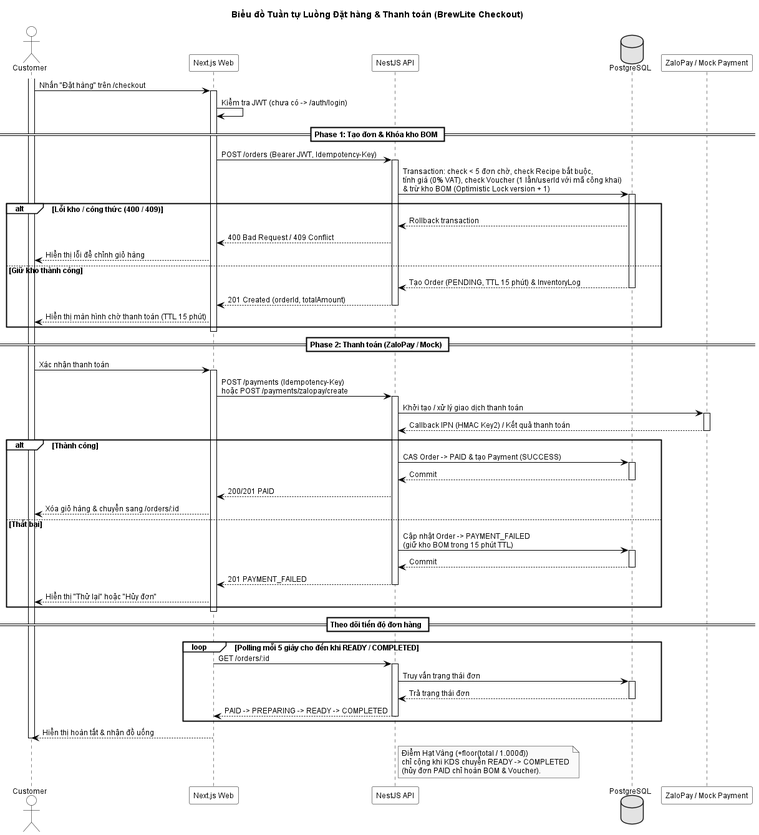
Earlier version of the PlantUML export docs/diagrams/sequence-checkout.png (MaGiaVy/BrewLite_project).
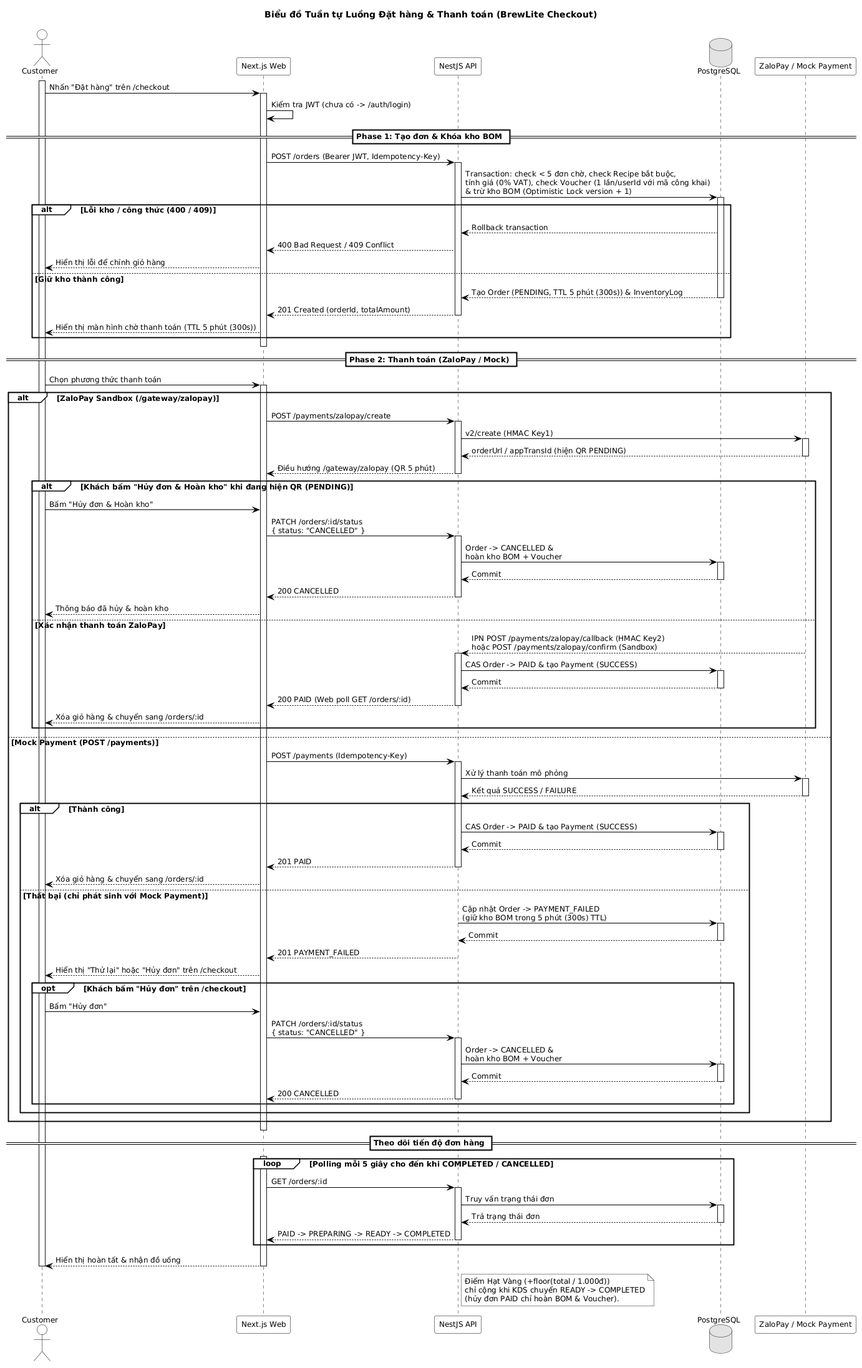
After the change.

The edit, as a diff of the source:
```diff
@@ -47,47 +47,94 @@
   API --> Web : 400 Bad Request / 409 Conflict
   Web --> Customer : Hiển thị lỗi để chỉnh giỏ hàng
 else Giữ kho thành công
-  DB --> API : Tạo Order (PENDING, TTL 15 phút) & InventoryLog
+  DB --> API : Tạo Order (PENDING, TTL 5 phút (300s)) & InventoryLog
   deactivate DB
   API --> Web : 201 Created (orderId, totalAmount)
   deactivate API
-  Web --> Customer : Hiển thị màn hình chờ thanh toán (TTL 15 phút)
+  Web --> Customer : Hiển thị màn hình chờ thanh toán (TTL 5 phút (300s))
 end
 deactivate Web
 
 == Phase 2: Thanh toán (ZaloPay / Mock) ==
 
-Customer -> Web : Xác nhận thanh toán
+Customer -> Web : Chọn phương thức thanh toán
 activate Web
-Web -> API : POST /payments (Idempotency-Key)\nhoặc POST /payments/zalopay/create
-activate API
-API -> Gateway : Khởi tạo / xử lý giao dịch thanh toán
-activate Gateway
-Gateway --> API : Callback IPN (HMAC Key2) / Kết quả thanh toán
-deactivate Gateway
 
-alt Thành công
-  API -> DB : CAS Order -> PAID & tạo Payment (SUCCESS)
-  activate DB
-  DB --> API : Commit
-  deactivate DB
-  API --> Web : 200/201 PAID
-  Web --> Customer : Xóa giỏ hàng & chuyển sang /orders/:id
-else Thất bại
-  API -> DB : Cập nhật Order -> PAYMENT_FAILED\n(giữ kho BOM trong 15 phút TTL)
-  activate DB
-  DB --> API : Commit
-  deactivate DB
-  API --> Web : 201 PAYMENT_FAILED
+alt ZaloPay Sandbox (/gateway/zalopay)
+  Web -> API : POST /payments/zalopay/create
+  activate API
+  API -> Gateway : v2/create (HMAC Key1)
+  activate Gateway
+  Gateway --> API : orderUrl / appTransId (hiện QR PENDING)
+  deactivate Gateway
+  API --> Web : Điều hướng /gateway/zalopay (QR 5 phút)
   deactivate API
-  Web --> Customer : Hiển thị "Thử lại" hoặc "Hủy đơn"
+
+  alt Khách bấm "Hủy đơn & Hoàn kho" khi đang hiện QR (PENDING)
+    Customer -> Web : Bấm "Hủy đơn & Hoàn kho"
+    Web -> API : PATCH /orders/:id/status\n{ status: "CANCELLED" }
+    activate API
+    API -> DB : Order -> CANCELLED &\nhoàn kho BOM + Voucher
+    activate DB
+    DB --> API : Commit
+    deactivate DB
+    API --> Web : 200 CANCELLED
+    deactivate API
+    Web --> Customer : Thông báo đã hủy & hoàn kho
+  else Xác nhận thanh toán ZaloPay
+    Gateway --> API : IPN POST /payments/zalopay/callback (HMAC Key2)\nhoặc POST /payments/zalopay/confirm (Sandbox)
+    activate API
+    API -> DB : CAS Order -> PAID & tạo Payment (SUCCESS)
+    activate DB
+    DB --> API : Commit
+    deactivate DB
+    API --> Web : 200 PAID (Web poll GET /orders/:id)
+    deactivate API
+    Web --> Customer : Xóa giỏ hàng & chuyển sang /orders/:id
+  end
+else Mock Payment (POST /payments)
+  Web -> API : POST /payments (Idempotency-Key)
+  activate API
+  API -> Gateway : Xử lý thanh toán mô phỏng
+  activate Gateway
+  Gateway --> API : Kết quả SUCCESS / FAILURE
+  deactivate Gateway
+
+  alt Thành công
+    API -> DB : CAS Order -> PAID & tạo Payment (SUCCESS)
+    activate DB
+    DB --> API : Commit
+    deactivate DB
+    API --> Web : 201 PAID
+    deactivate API
+    Web --> Customer : Xóa giỏ hàng & chuyển sang /orders/:id
+  else Thất bại (chỉ phát sinh với Mock Payment)
+    API -> DB : Cập nhật Order -> PAYMENT_FAILED\n(giữ kho BOM trong 5 phút (300s) TTL)
+    activate DB
+    DB --> API : Commit
+    deactivate DB
+    API --> Web : 201 PAYMENT_FAILED
+    deactivate API
+    Web --> Customer : Hiển thị "Thử lại" hoặc "Hủy đơn" trên /checkout
+    opt Khách bấm "Hủy đơn" trên /checkout
+      Customer -> Web : Bấm "Hủy đơn"
+      Web -> API : PATCH /orders/:id/status\n{ status: "CANCELLED" }
+      activate API
+      API -> DB : Order -> CANCELLED &\nhoàn kho BOM + Voucher
+      activate DB
+      DB --> API : Commit
+      deactivate DB
+      API --> Web : 200 CANCELLED
+      deactivate API
+    end
+  end
 end
 deactivate Web
 
 == Theo dõi tiến độ đơn hàng ==
 
 activate Web
-loop Polling mỗi 5 giây cho đến khi READY / COMPLETED
+loop Polling mỗi 5 giây cho đến khi COMPLETED / CANCELLED
   Web -> API : GET /orders/:id
   activate API
   API -> DB : Truy vấn trạng thái đơn
@@ -105,5 +152,4 @@
   chỉ cộng khi KDS chuyển READY -> COMPLETED
   (hủy đơn PAID chỉ hoàn BOM & Voucher).
 end note
-
 @enduml
```
